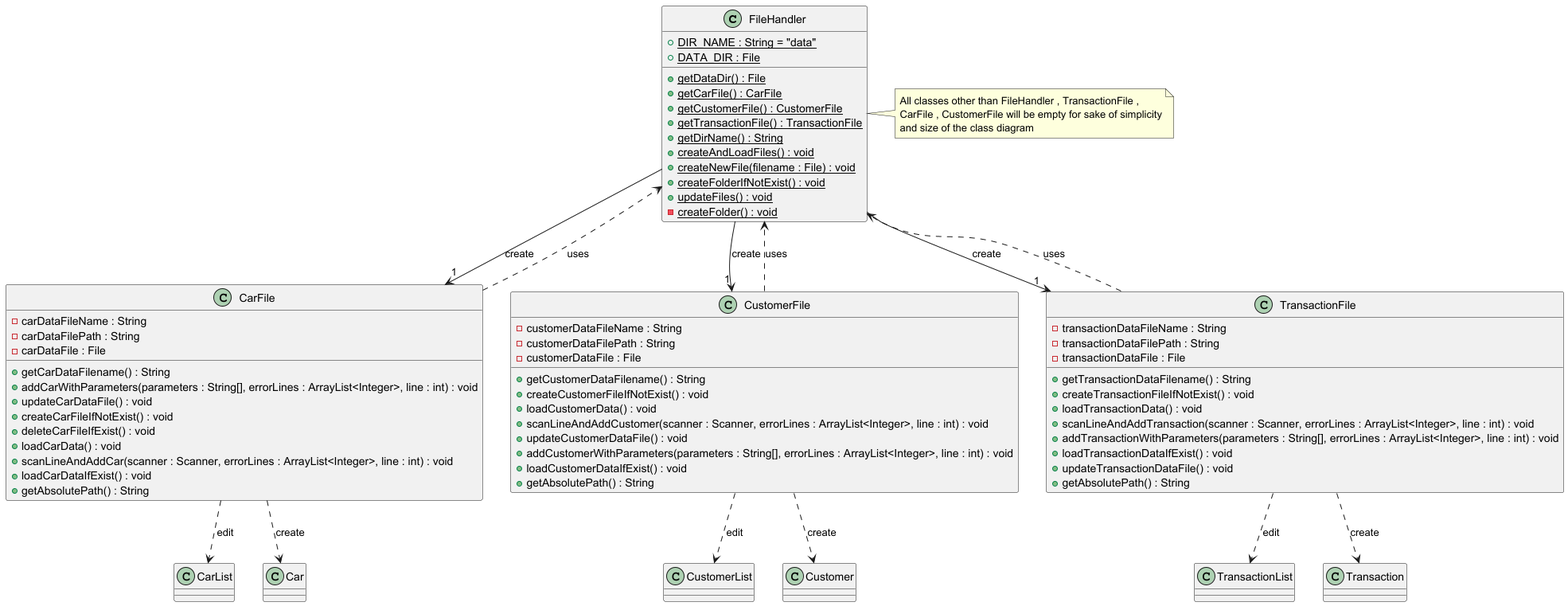
This is docs/images/FileHandlerClassDiagram.png from rexkoh425/tp, a PlantUML export, as it was before one commit. Source of this version:
```plantuml
@startuml

class FileHandler {
    {field}{static} +DIR_NAME : String = "data"
    {field}{static} +DATA_DIR : File
    {method}{static} +getDataDir() : File
    {method}{static} +getCarFile() : CarFile
    {method}{static} +getCustomerFile() : CustomerFile
    {method}{static} +getTransactionFile() : TransactionFile
    {method}{static} +getDirName() : String
    {method}{static} +createAndLoadFiles() : void
    {method}{static} +createNewFile(filename : File) : void
    {method}{static} +createFolderIfNotExist() : void
    {method}{static} +updateFiles() : void
    {method}{static} -createFolder() : void
}

class CarFile {
    {field}  -carDataFileName : String
    {field}  -carDataFilePath : String
    {field}  -carDataFile : File
    {method} +getCarDataFilename() : String
    {method} +addCarWithParameters(parameters : String[], errorLines : ArrayList<Integer>, line : int) : void
    {method} +updateCarDataFile() : void
    {method} +createCarFileIfNotExist() : void
    {method} +deleteCarFileIfExist() : void
    {method} +loadCarData() : void
    {method} +scanLineAndAddCar(scanner : Scanner, errorLines : ArrayList<Integer>, line : int) : void
    {method} +loadCarDataIfExist() : void
    {method} +getAbsolutePath() : String
}

class CustomerFile {
    {field}  -customerDataFileName : String
    {field}  -customerDataFilePath : String
    {field}  -customerDataFile : File
    {method} +getCustomerDataFilename() : String
    {method} +createCustomerFileIfNotExist() : void
    {method} +loadCustomerData() : void
    {method} +scanLineAndAddCustomer(scanner : Scanner, errorLines : ArrayList<Integer>, line : int) : void
    {method} +updateCustomerDataFile() : void
    {method} +addCustomerWithParameters(parameters : String[], errorLines : ArrayList<Integer>, line : int) : void
    {method} +loadCustomerDataIfExist() : void
    {method} +getAbsolutePath() : String
}

class TransactionFile {
    {field}  -transactionDataFileName : String
    {field}  -transactionDataFilePath : String
    {field}  -transactionDataFile : File
    {method} +getTransactionDataFilename() : String
    {method} +createTransactionFileIfNotExist() : void
    {method} +loadTransactionData() : void
    {method} +scanLineAndAddTransaction(scanner : Scanner, errorLines : ArrayList<Integer>, line : int) : void
    {method} +addTransactionWithParameters(parameters : String[], errorLines : ArrayList<Integer>, line : int) : void
    {method} +loadTransactionDataIfExist() : void
    {method} +updateTransactionDataFile() : void
    {method} +getAbsolutePath() : String
}

FileHandler --> "1" CarFile : "create"
FileHandler --> "1" CustomerFile : "create"
FileHandler --> "1" TransactionFile : "create"

CarFile ..> CarList : "edit"
CarFile ..> Car : "create"
CarFile ..> FileHandler : "uses"

CustomerFile ..> CustomerList : "edit"
CustomerFile ..> FileHandler : "uses"
CustomerFile ..> Customer : "create"

TransactionFile ..> TransactionList : "edit"
TransactionFile ..> Transaction : "create"
TransactionFile ..> FileHandler : "uses"

note right of FileHandler
    All classes other than FileHandler , TransactionFile ,
    CarFile , CustomerFile will be empty for sake of simplicity
    and size of the class diagram
end note
@enduml
```
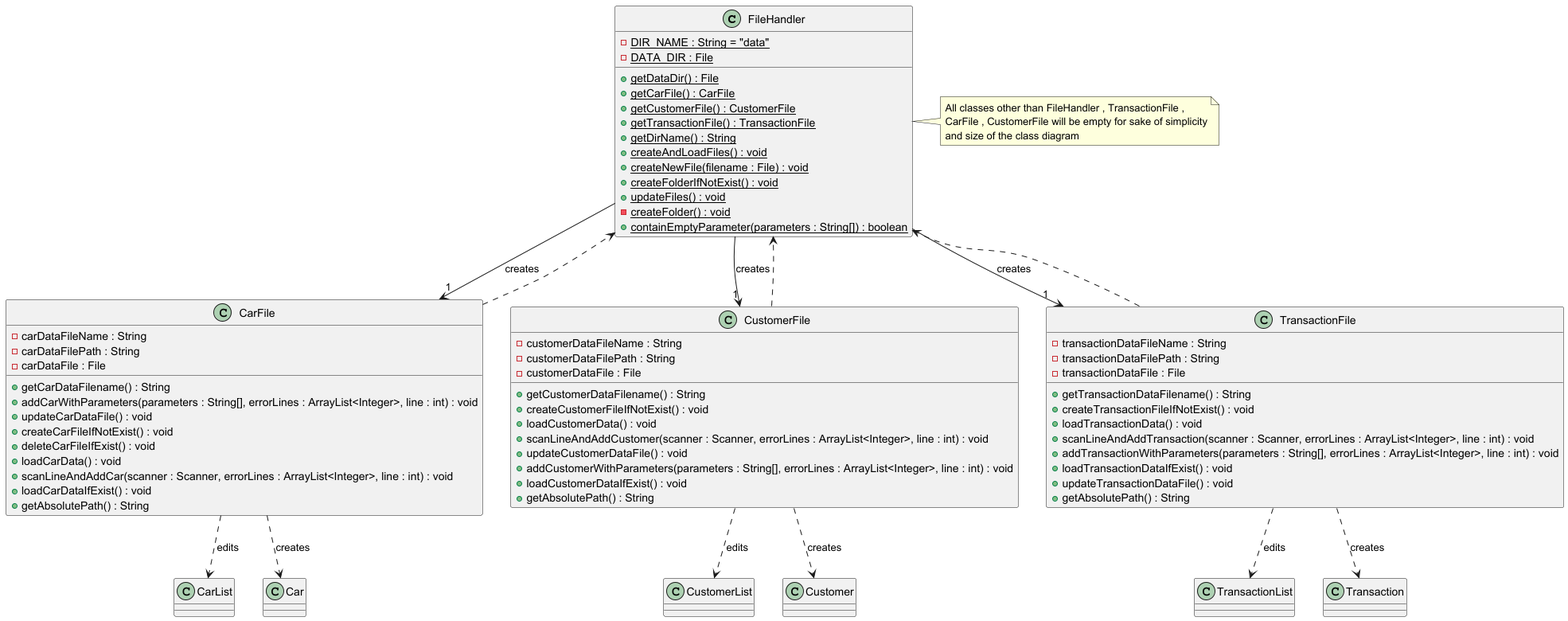
After the change.

The edit, as a diff of the source:
```diff
@@ -1,8 +1,8 @@
 @startuml
 
 class FileHandler {
-    {field}{static} +DIR_NAME : String = "data"
-    {field}{static} +DATA_DIR : File
+    {field}{static} -DIR_NAME : String = "data"
+    {field}{static} -DATA_DIR : File
     {method}{static} +getDataDir() : File
     {method}{static} +getCarFile() : CarFile
     {method}{static} +getCustomerFile() : CustomerFile
@@ -13,6 +13,7 @@
     {method}{static} +createFolderIfNotExist() : void
     {method}{static} +updateFiles() : void
     {method}{static} -createFolder() : void
+    {method}{static} +containEmptyParameter(parameters : String[]) : boolean
 }
 
 class CarFile {
@@ -58,21 +59,21 @@
     {method} +getAbsolutePath() : String
 }
 
-FileHandler --> "1" CarFile : "create"
-FileHandler --> "1" CustomerFile : "create"
-FileHandler --> "1" TransactionFile : "create"
+FileHandler --> "1" CarFile : "creates"
+FileHandler --> "1" CustomerFile : "creates"
+FileHandler --> "1" TransactionFile : "creates"
 
-CarFile ..> CarList : "edit"
-CarFile ..> Car : "create"
-CarFile ..> FileHandler : "uses"
+CarFile ..> CarList : "edits"
+CarFile ..> Car : "creates"
+CarFile ..> FileHandler
 
-CustomerFile ..> CustomerList : "edit"
-CustomerFile ..> FileHandler : "uses"
-CustomerFile ..> Customer : "create"
+CustomerFile ..> CustomerList : "edits"
+CustomerFile ..> FileHandler
+CustomerFile ..> Customer : "creates"
 
-TransactionFile ..> TransactionList : "edit"
-TransactionFile ..> Transaction : "create"
-TransactionFile ..> FileHandler : "uses"
+TransactionFile ..> TransactionList : "edits"
+TransactionFile ..> Transaction : "creates"
+TransactionFile ..> FileHandler
 
 note right of FileHandler
     All classes other than FileHandler , TransactionFile ,
```
